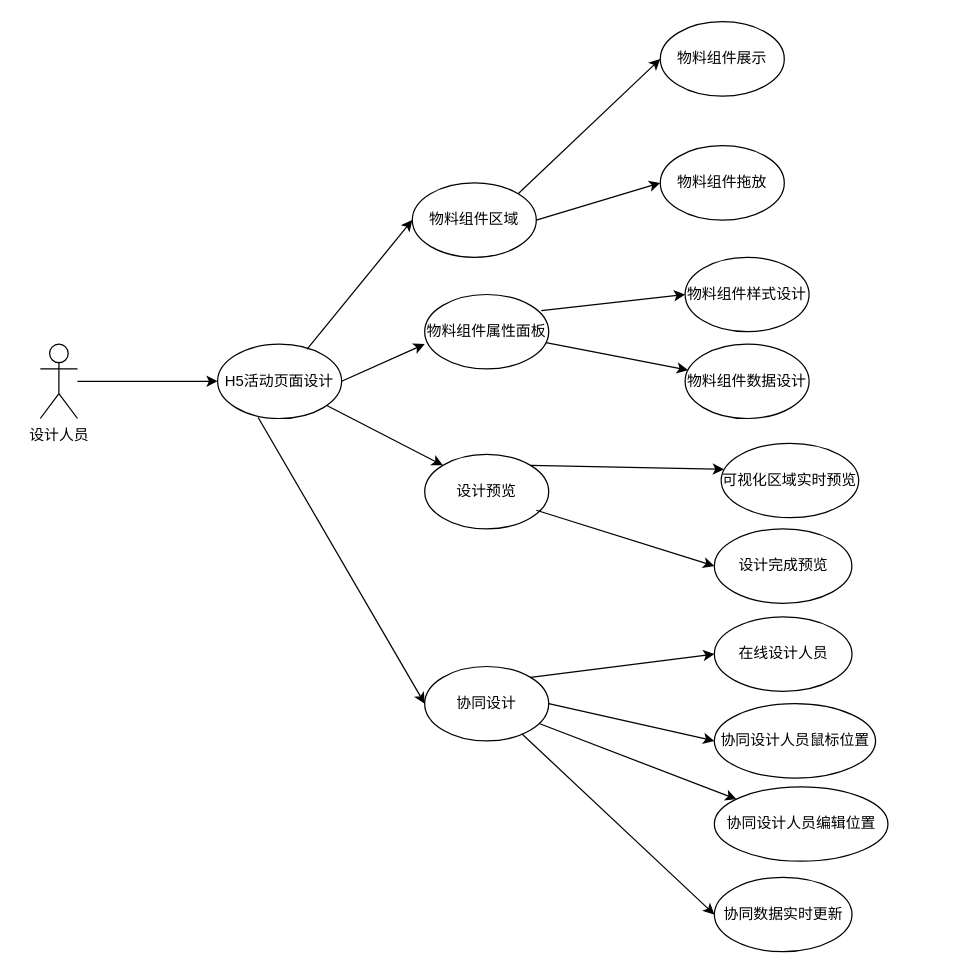
This is 第三章/活动页面设计用例图.drawio from yuxinyu12345/diagrams, a draw.io file, before an edit. Source tidied: cells renumbered, new cells numbered last; positions are measured from the earlier drawing's top-left corner, leaving out a move shared by most shapes. Both pictures are drawn from the tidied source at 124%, with x=0, y=0 at pixel (40, 21).
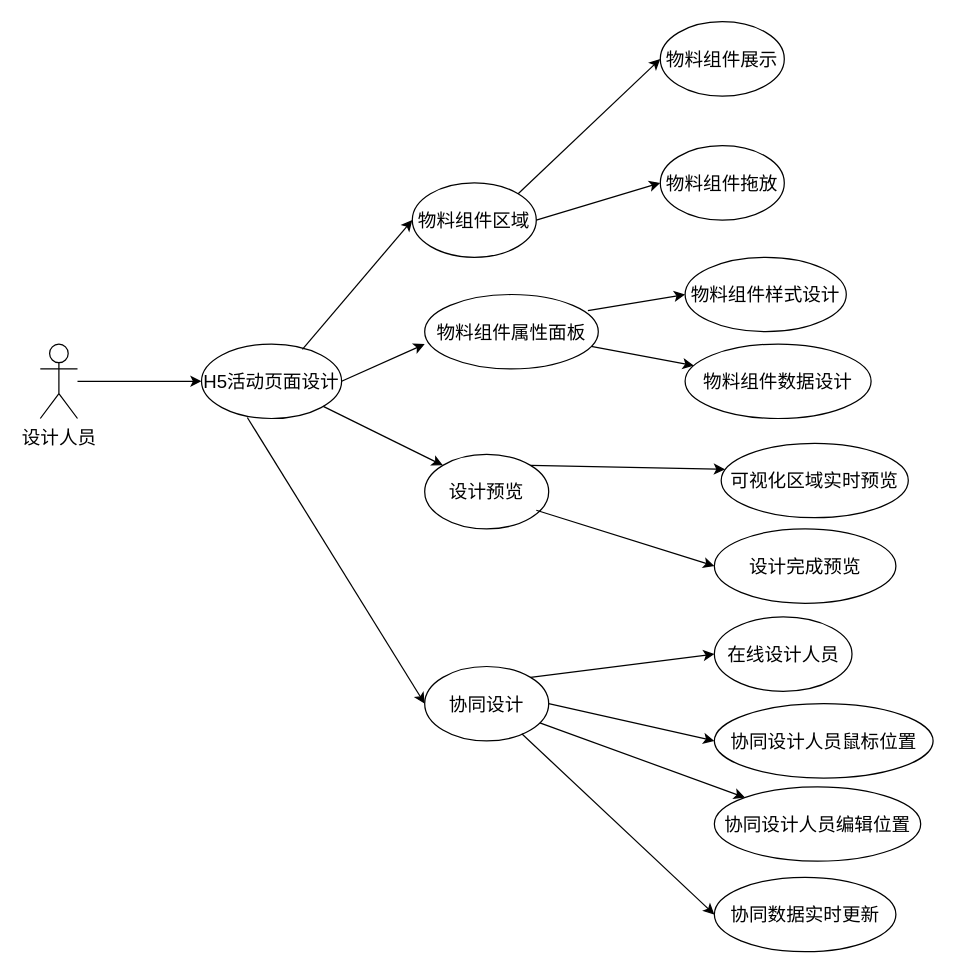
The same diagram, later.

Commit message (it also covers changes not shown here):
更新活动页面设计用例图.drawio

What changed in the source:
```diff
@@
-    <mxCell id="2" value="设计人员" style="shape=umlActor;verticalLabelPosition=bottom;verticalAlign=top;html=1;" parent="1" vertex="1">
+    <mxCell id="2" value="设计人员" style="shape=umlActor;verticalLabelPosition=bottom;verticalAlign=top;html=1;fontSize=15;" parent="1" vertex="1">
       <mxGeometry y="260" width="30" height="60" as="geometry" />
     </mxCell>
-    <mxCell id="3" value="H5活动页面设计" style="ellipse;whiteSpace=wrap;html=1;" parent="1" vertex="1">
-      <mxGeometry x="143" y="260" width="100" height="60" as="geometry" />
+    <mxCell id="3" value="H5活动页面设计" style="ellipse;whiteSpace=wrap;html=1;fontSize=15;" parent="1" vertex="1">
+      <mxGeometry x="130" y="260" width="113" height="60" as="geometry" />
     </mxCell>
-    <mxCell id="4" style="endArrow=classic;html=1;rounded=0;" parent="1" edge="1" target="3">
+    <mxCell id="4" style="endArrow=classic;html=1;rounded=0;fontSize=15;" parent="1" edge="1" target="3">
       <mxGeometry relative="1" as="geometry">
         <mxPoint x="30" y="290" as="sourcePoint" />
       </mxGeometry>
     </mxCell>
-    <mxCell id="5" value="物料组件展示" style="ellipse;whiteSpace=wrap;html=1;" parent="1" vertex="1">
+    <mxCell id="5" value="物料组件展示" style="ellipse;whiteSpace=wrap;html=1;fontSize=15;" parent="1" vertex="1">
       <mxGeometry x="500" width="100" height="60" as="geometry" />
     </mxCell>
-    <mxCell id="6" value="物料组件拖放" style="ellipse;whiteSpace=wrap;html=1;" parent="1" vertex="1">
+    <mxCell id="6" value="物料组件拖放" style="ellipse;whiteSpace=wrap;html=1;fontSize=15;" parent="1" vertex="1">
       <mxGeometry x="500" y="100" width="100" height="60" as="geometry" />
     </mxCell>
-    <mxCell id="7" value="可视化区域实时预览" style="ellipse;whiteSpace=wrap;html=1;" parent="1" vertex="1">
-      <mxGeometry x="549.1" y="340" width="110.9" height="60" as="geometry" />
+    <mxCell id="7" value="可视化区域实时预览" style="ellipse;whiteSpace=wrap;html=1;fontSize=15;" parent="1" vertex="1">
+      <mxGeometry x="549.1" y="340" width="150.9" height="60" as="geometry" />
     </mxCell>
-    <mxCell id="8" value="物料组件属性面板" style="ellipse;whiteSpace=wrap;html=1;" parent="1" vertex="1">
-      <mxGeometry x="310" y="220" width="100" height="60" as="geometry" />
+    <mxCell id="8" value="物料组件属性面板" style="ellipse;whiteSpace=wrap;html=1;fontSize=15;" parent="1" vertex="1">
+      <mxGeometry x="310" y="220" width="140" height="60" as="geometry" />
     </mxCell>
-    <mxCell id="9" value="设计预览" style="ellipse;whiteSpace=wrap;html=1;" parent="1" vertex="1">
+    <mxCell id="9" value="设计预览" style="ellipse;whiteSpace=wrap;html=1;fontSize=15;" parent="1" vertex="1">
       <mxGeometry x="310" y="349" width="100" height="60" as="geometry" />
     </mxCell>
-    <mxCell id="10" value="物料组件样式设计" style="ellipse;whiteSpace=wrap;html=1;" parent="1" vertex="1">
-      <mxGeometry x="520" y="190" width="100" height="60" as="geometry" />
+    <mxCell id="10" value="物料组件样式设计" style="ellipse;whiteSpace=wrap;html=1;fontSize=15;" parent="1" vertex="1">
+      <mxGeometry x="520" y="190" width="130" height="60" as="geometry" />
     </mxCell>
-    <mxCell id="11" value="物料组件数据设计" style="ellipse;whiteSpace=wrap;html=1;" parent="1" vertex="1">
-      <mxGeometry x="520" y="260" width="100" height="60" as="geometry" />
+    <mxCell id="11" value="物料组件数据设计" style="ellipse;whiteSpace=wrap;html=1;fontSize=15;" parent="1" vertex="1">
+      <mxGeometry x="520" y="260" width="150" height="60" as="geometry" />
     </mxCell>
-    <mxCell id="12" style="endArrow=classic;html=1;rounded=0;exitX=1;exitY=0;exitDx=0;exitDy=0;entryX=0.02;entryY=0.35;entryDx=0;entryDy=0;entryPerimeter=0;" parent="1" edge="1" source="9" target="7">
+    <mxCell id="12" style="endArrow=classic;html=1;rounded=0;exitX=1;exitY=0;exitDx=0;exitDy=0;entryX=0.02;entryY=0.35;entryDx=0;entryDy=0;entryPerimeter=0;fontSize=15;" parent="1" edge="1" source="9" target="7">
       <mxGeometry relative="1" as="geometry" />
     </mxCell>
-    <mxCell id="13" style="endArrow=classic;html=1;rounded=0;exitX=1;exitY=0.5;exitDx=0;exitDy=0;" parent="1" edge="1" source="3">
+    <mxCell id="13" style="endArrow=classic;html=1;rounded=0;exitX=1;exitY=0.5;exitDx=0;exitDy=0;fontSize=15;" parent="1" edge="1" source="3">
       <mxGeometry relative="1" as="geometry">
         <mxPoint x="310" y="260" as="targetPoint" />
       </mxGeometry>
     </mxCell>
-    <mxCell id="14" style="endArrow=classic;html=1;rounded=0;entryX=0;entryY=0;entryDx=0;entryDy=0;" parent="1" edge="1" source="3" target="9">
+    <mxCell id="14" style="endArrow=classic;html=1;rounded=0;entryX=0;entryY=0;entryDx=0;entryDy=0;fontSize=15;" parent="1" edge="1" source="3" target="9">
       <mxGeometry relative="1" as="geometry" />
     </mxCell>
-    <mxCell id="15" style="endArrow=classic;html=1;rounded=0;entryX=0;entryY=0.5;entryDx=0;entryDy=0;exitX=0.94;exitY=0.217;exitDx=0;exitDy=0;exitPerimeter=0;" parent="1" edge="1" source="8" target="10">
+    <mxCell id="15" style="endArrow=classic;html=1;rounded=0;entryX=0;entryY=0.5;entryDx=0;entryDy=0;exitX=0.94;exitY=0.217;exitDx=0;exitDy=0;exitPerimeter=0;fontSize=15;" parent="1" edge="1" source="8" target="10">
       <mxGeometry relative="1" as="geometry" />
     </mxCell>
-    <mxCell id="16" style="endArrow=classic;html=1;rounded=0;" parent="1" edge="1" source="8" target="11">
+    <mxCell id="16" style="endArrow=classic;html=1;rounded=0;fontSize=15;" parent="1" edge="1" source="8" target="11">
       <mxGeometry relative="1" as="geometry" />
     </mxCell>
-    <mxCell id="17" value="协同设计" style="ellipse;whiteSpace=wrap;html=1;" parent="1" vertex="1">
+    <mxCell id="17" value="协同设计" style="ellipse;whiteSpace=wrap;html=1;fontSize=15;" parent="1" vertex="1">
       <mxGeometry x="310" y="520" width="100" height="60" as="geometry" />
     </mxCell>
-    <mxCell id="18" style="endArrow=classic;html=1;rounded=0;exitX=0.327;exitY=0.986;exitDx=0;exitDy=0;entryX=0;entryY=0.5;entryDx=0;entryDy=0;exitPerimeter=0;" parent="1" edge="1" source="3" target="17">
+    <mxCell id="18" style="endArrow=classic;html=1;rounded=0;exitX=0.327;exitY=0.986;exitDx=0;exitDy=0;entryX=0;entryY=0.5;entryDx=0;entryDy=0;exitPerimeter=0;fontSize=15;" parent="1" edge="1" source="3" target="17">
       <mxGeometry relative="1" as="geometry" />
     </mxCell>
-    <mxCell id="19" value="在线设计人员" style="ellipse;whiteSpace=wrap;html=1;" parent="1" vertex="1">
+    <mxCell id="19" value="在线设计人员" style="ellipse;whiteSpace=wrap;html=1;fontSize=15;" parent="1" vertex="1">
       <mxGeometry x="543.6" y="480" width="111" height="60" as="geometry" />
     </mxCell>
-    <mxCell id="20" value="协同设计人员鼠标位置" style="ellipse;whiteSpace=wrap;html=1;" parent="1" vertex="1">
-      <mxGeometry x="543.6" y="550" width="130" height="60" as="geometry" />
+    <mxCell id="20" value="协同设计人员鼠标位置" style="ellipse;whiteSpace=wrap;html=1;fontSize=15;" parent="1" vertex="1">
+      <mxGeometry x="543.6" y="550" width="176.4" height="60" as="geometry" />
     </mxCell>
-    <mxCell id="21" value="协同设计人员编辑位置" style="ellipse;whiteSpace=wrap;html=1;" parent="1" vertex="1">
-      <mxGeometry x="543.6" y="617" width="140" height="60" as="geometry" />
+    <mxCell id="21" value="协同设计人员编辑位置" style="ellipse;whiteSpace=wrap;html=1;fontSize=15;" parent="1" vertex="1">
+      <mxGeometry x="543.6" y="617" width="166.4" height="60" as="geometry" />
     </mxCell>
-    <mxCell id="22" value="协同数据实时更新" style="ellipse;whiteSpace=wrap;html=1;" parent="1" vertex="1">
-      <mxGeometry x="543.6" y="690" width="111" height="60" as="geometry" />
+    <mxCell id="22" value="协同数据实时更新" style="ellipse;whiteSpace=wrap;html=1;fontSize=15;" parent="1" vertex="1">
+      <mxGeometry x="543.6" y="690" width="146.4" height="60" as="geometry" />
     </mxCell>
-    <mxCell id="23" style="endArrow=classic;html=1;rounded=0;exitX=1;exitY=0;exitDx=0;exitDy=0;entryX=0;entryY=0.5;entryDx=0;entryDy=0;" parent="1" edge="1" source="17" target="19">
+    <mxCell id="23" style="endArrow=classic;html=1;rounded=0;exitX=1;exitY=0;exitDx=0;exitDy=0;entryX=0;entryY=0.5;entryDx=0;entryDy=0;fontSize=15;" parent="1" edge="1" source="17" target="19">
       <mxGeometry relative="1" as="geometry" />
     </mxCell>
-    <mxCell id="24" style="endArrow=classic;html=1;rounded=0;entryX=0;entryY=0.5;entryDx=0;entryDy=0;exitX=1;exitY=0.5;exitDx=0;exitDy=0;" parent="1" edge="1" source="17" target="20">
+    <mxCell id="24" style="endArrow=classic;html=1;rounded=0;entryX=0;entryY=0.5;entryDx=0;entryDy=0;exitX=1;exitY=0.5;exitDx=0;exitDy=0;fontSize=15;" parent="1" edge="1" source="17" target="20">
       <mxGeometry relative="1" as="geometry" />
     </mxCell>
-    <mxCell id="25" style="endArrow=classic;html=1;rounded=0;" parent="1" edge="1" source="17" target="21">
+    <mxCell id="25" style="endArrow=classic;html=1;rounded=0;fontSize=15;" parent="1" edge="1" source="17" target="21">
       <mxGeometry relative="1" as="geometry" />
     </mxCell>
-    <mxCell id="26" style="endArrow=classic;html=1;rounded=0;exitX=0.783;exitY=0.904;exitDx=0;exitDy=0;entryX=0;entryY=0.5;entryDx=0;entryDy=0;exitPerimeter=0;" parent="1" edge="1" source="17" target="22">
+    <mxCell id="26" style="endArrow=classic;html=1;rounded=0;exitX=0.783;exitY=0.904;exitDx=0;exitDy=0;entryX=0;entryY=0.5;entryDx=0;entryDy=0;exitPerimeter=0;fontSize=15;" parent="1" edge="1" source="17" target="22">
       <mxGeometry relative="1" as="geometry" />
     </mxCell>
-    <mxCell id="27" value="物料组件区域" style="ellipse;whiteSpace=wrap;html=1;" parent="1" vertex="1">
+    <mxCell id="27" value="物料组件区域" style="ellipse;whiteSpace=wrap;html=1;fontSize=15;" parent="1" vertex="1">
       <mxGeometry x="300" y="130" width="100" height="60" as="geometry" />
     </mxCell>
-    <mxCell id="28" style="endArrow=classic;html=1;rounded=0;entryX=0;entryY=0.5;entryDx=0;entryDy=0;exitX=1;exitY=0;exitDx=0;exitDy=0;" parent="1" edge="1" source="27" target="5">
+    <mxCell id="28" style="endArrow=classic;html=1;rounded=0;entryX=0;entryY=0.5;entryDx=0;entryDy=0;exitX=1;exitY=0;exitDx=0;exitDy=0;fontSize=15;" parent="1" edge="1" source="27" target="5">
       <mxGeometry relative="1" as="geometry" />
     </mxCell>
-    <mxCell id="29" style="endArrow=classic;html=1;rounded=0;entryX=0;entryY=0.5;entryDx=0;entryDy=0;exitX=1;exitY=0.5;exitDx=0;exitDy=0;" parent="1" edge="1" source="27" target="6">
+    <mxCell id="29" style="endArrow=classic;html=1;rounded=0;entryX=0;entryY=0.5;entryDx=0;entryDy=0;exitX=1;exitY=0.5;exitDx=0;exitDy=0;fontSize=15;" parent="1" edge="1" source="27" target="6">
       <mxGeometry relative="1" as="geometry" />
     </mxCell>
-    <mxCell id="30" style="endArrow=classic;html=1;rounded=0;exitX=0.72;exitY=0.07;exitDx=0;exitDy=0;exitPerimeter=0;entryX=0;entryY=0.5;entryDx=0;entryDy=0;" parent="1" edge="1" source="3" target="27">
+    <mxCell id="30" style="endArrow=classic;html=1;rounded=0;exitX=0.72;exitY=0.07;exitDx=0;exitDy=0;exitPerimeter=0;entryX=0;entryY=0.5;entryDx=0;entryDy=0;fontSize=15;" parent="1" edge="1" source="3" target="27">
       <mxGeometry relative="1" as="geometry" />
     </mxCell>
-    <mxCell id="31" value="设计完成预览" style="ellipse;whiteSpace=wrap;html=1;" parent="1" vertex="1">
-      <mxGeometry x="543.6" y="409" width="110.9" height="60" as="geometry" />
+    <mxCell id="31" value="设计完成预览" style="ellipse;whiteSpace=wrap;html=1;fontSize=15;" parent="1" vertex="1">
+      <mxGeometry x="543.6" y="409" width="146.4" height="60" as="geometry" />
     </mxCell>
-    <mxCell id="32" style="endArrow=classic;html=1;rounded=0;exitX=0.9;exitY=0.75;exitDx=0;exitDy=0;entryX=0;entryY=0.5;entryDx=0;entryDy=0;exitPerimeter=0;" parent="1" edge="1" source="9" target="31">
+    <mxCell id="32" style="endArrow=classic;html=1;rounded=0;exitX=0.9;exitY=0.75;exitDx=0;exitDy=0;entryX=0;entryY=0.5;entryDx=0;entryDy=0;exitPerimeter=0;fontSize=15;" parent="1" edge="1" source="9" target="31">
       <mxGeometry relative="1" as="geometry" />
     </mxCell>
```
